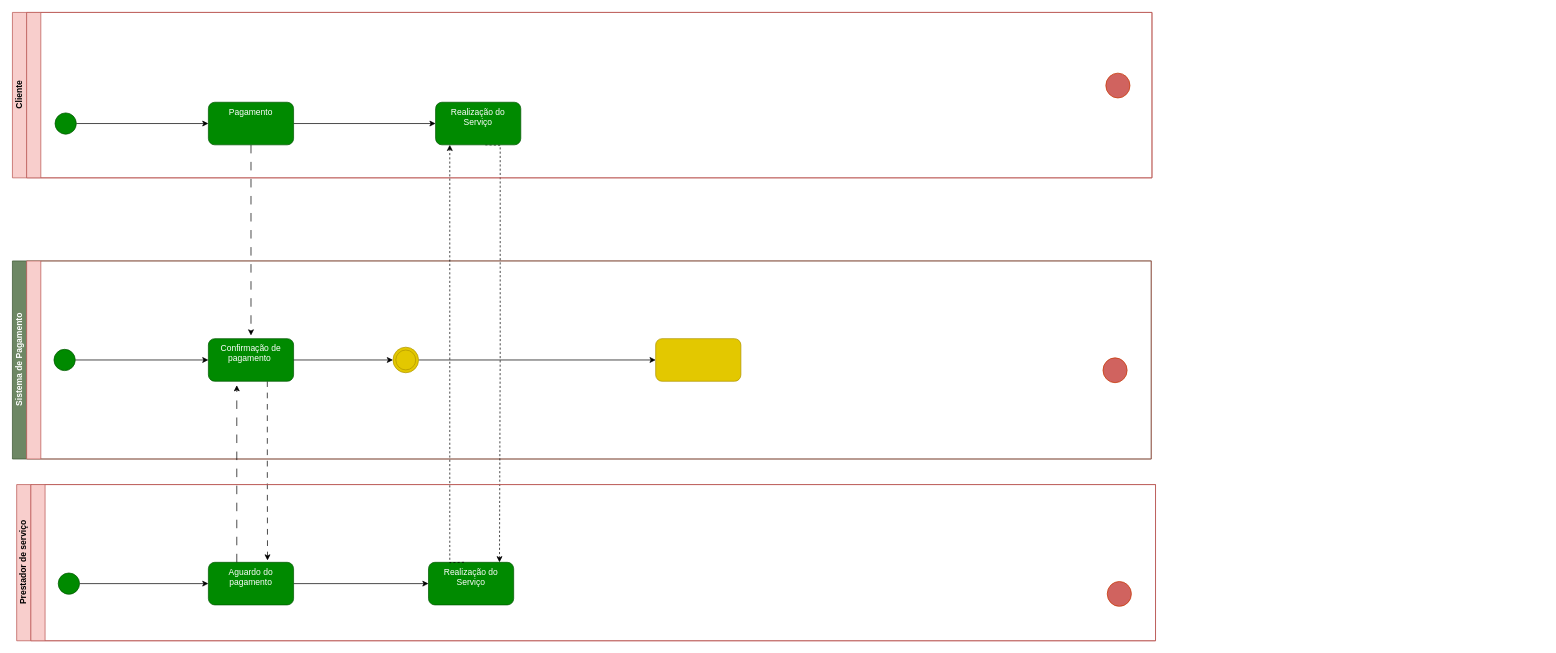
Before: Pagamento.drawio in ThePlano/Projeto-CC5511---ENGENHARIA-DE-SOFTWARE, a draw.io diagram. Source tidied: cells renumbered, new cells numbered last; positions are measured from the earlier drawing's top-left corner, leaving out a move shared by most shapes. Both pictures are drawn from the tidied source at 71%, with x=0, y=0 at pixel (12, 12).
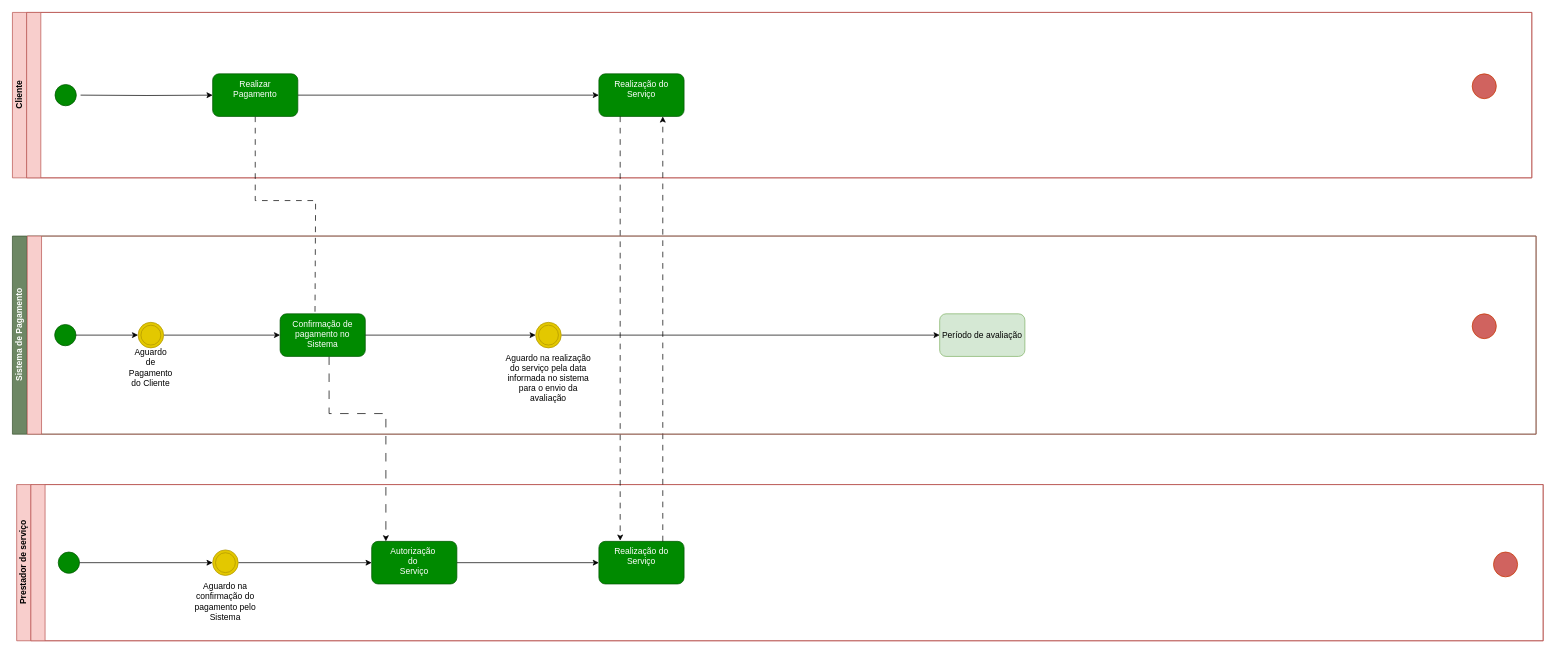
The same diagram, later.

Commit message:
pagamento att aval

Diff of the diagram source:
```diff
@@
     <mxCell id="2" value="Sistema de Pagamento" style="swimlane;html=1;horizontal=0;startSize=20;labelBackgroundColor=none;fillColor=#6d8764;strokeColor=#3A5431;fontColor=#ffffff;" parent="1" vertex="1">
-      <mxGeometry y="350" width="1604" height="279" as="geometry" />
+      <mxGeometry y="315" width="2146" height="279" as="geometry" />
     </mxCell>
-    <mxCell id="3" value="&amp;nbsp;&lt;div&gt;&lt;br&gt;&lt;/div&gt;" style="swimlane;html=1;startSize=20;horizontal=0;labelBackgroundColor=none;fillColor=#f8cecc;strokeColor=#b85450;" parent="2" vertex="1">
-      <mxGeometry x="20" width="1584" height="279" as="geometry" />
-    </mxCell>
-    <mxCell id="4" style="edgeStyle=orthogonalEdgeStyle;rounded=0;jettySize=auto;html=1;" parent="3" edge="1" source="5" target="9">
-      <mxGeometry relative="1" as="geometry" />
-    </mxCell>
-    <mxCell id="5" style="verticalLabelPosition=bottom;verticalAlign=top;html=1;shape=mxgraph.flowchart.on-page_reference;fillColor=#008a00;strokeColor=#005700;labelBackgroundColor=none;fontColor=#ffffff;" parent="3" vertex="1">
-      <mxGeometry x="38.5" y="124.5" width="30" height="30" as="geometry" />
-    </mxCell>
-    <mxCell id="6" style="edgeStyle=orthogonalEdgeStyle;rounded=0;jettySize=auto;html=1;exitX=0;exitY=0.5;exitDx=0;exitDy=0;" parent="3" edge="1" source="7">
-      <mxGeometry relative="1" as="geometry">
-        <mxPoint x="1515.7" y="154.1" as="targetPoint" />
-      </mxGeometry>
-    </mxCell>
-    <mxCell id="7" style="ellipse;whiteSpace=wrap;html=1;fillColor=#d0635f;strokeColor=#C73500;fontColor=#000000;rounded=1;labelBackgroundColor=none;" parent="3" vertex="1">
-      <mxGeometry x="1516" y="136.5" width="34" height="35" as="geometry" />
-    </mxCell>
-    <mxCell id="8" style="edgeStyle=orthogonalEdgeStyle;rounded=0;jettySize=auto;html=1;entryX=0.694;entryY=-0.044;entryDx=0;entryDy=0;entryPerimeter=0;dashed=1;dashPattern=8 8;" parent="3" edge="1" target="31">
-      <mxGeometry relative="1" as="geometry">
-        <mxPoint x="339" y="169.5" as="sourcePoint" />
-        <Array as="points">
-          <mxPoint x="339" y="296" />
-          <mxPoint x="340" y="296" />
-        </Array>
-      </mxGeometry>
-    </mxCell>
-    <mxCell id="9" value="Confirmação de pagamento&amp;nbsp;" style="rounded=1;whiteSpace=wrap;html=1;verticalAlign=top;fillColor=#008a00;strokeColor=#005700;fontColor=#ffffff;labelBackgroundColor=none;" parent="3" vertex="1">
-      <mxGeometry x="256" y="109.5" width="120" height="60" as="geometry" />
-    </mxCell>
-    <mxCell id="10" style="edgeStyle=orthogonalEdgeStyle;rounded=0;jettySize=auto;html=1;" parent="3" edge="1" source="11" target="13">
-      <mxGeometry relative="1" as="geometry" />
-    </mxCell>
-    <mxCell id="11" style="ellipse;shape=doubleEllipse;whiteSpace=wrap;html=1;fillColor=#e3c800;fontColor=#000000;strokeColor=#B09500;" parent="3" vertex="1">
-      <mxGeometry x="516" y="121.5" width="36" height="36" as="geometry" />
-    </mxCell>
-    <mxCell id="12" style="edgeStyle=orthogonalEdgeStyle;rounded=0;jettySize=auto;html=1;" parent="3" edge="1" source="9" target="11">
-      <mxGeometry relative="1" as="geometry" />
-    </mxCell>
-    <mxCell id="13" style="rounded=1;whiteSpace=wrap;html=1;fillColor=#e3c800;strokeColor=#B09500;fontColor=#000000;" parent="3" vertex="1">
-      <mxGeometry x="886" y="109.5" width="120" height="60" as="geometry" />
-    </mxCell>
-    <mxCell id="14" style="edgeStyle=orthogonalEdgeStyle;rounded=0;orthogonalLoop=1;jettySize=auto;html=1;entryX=0.75;entryY=0;entryDx=0;entryDy=0;dashed=1;" parent="3" edge="1">
-      <mxGeometry relative="1" as="geometry">
-        <mxPoint x="646" y="-163.5" as="sourcePoint" />
-        <mxPoint x="666" y="424.5" as="targetPoint" />
-      </mxGeometry>
-    </mxCell>
     <mxCell id="15" value="Cliente" style="swimlane;html=1;horizontal=0;startSize=20;labelBackgroundColor=none;fillColor=#f8cecc;strokeColor=#b85450;" parent="1" vertex="1">
-      <mxGeometry width="1605" height="233" as="geometry" />
+      <mxGeometry width="2140" height="233" as="geometry" />
     </mxCell>
     <mxCell id="16" value="&amp;nbsp;&lt;div&gt;&lt;br&gt;&lt;/div&gt;" style="swimlane;html=1;startSize=20;horizontal=0;labelBackgroundColor=none;fillColor=#f8cecc;strokeColor=#b85450;" parent="15" vertex="1">
-      <mxGeometry x="20" width="1585" height="233" as="geometry" />
+      <mxGeometry x="20" width="2120" height="233" as="geometry" />
     </mxCell>
-    <mxCell id="17" style="edgeStyle=orthogonalEdgeStyle;rounded=0;jettySize=auto;html=1;" parent="16" edge="1" source="18" target="22">
-      <mxGeometry relative="1" as="geometry" />
+    <mxCell id="17" style="edgeStyle=orthogonalEdgeStyle;rounded=0;jettySize=auto;html=1;" parent="16" edge="1" target="22">
+      <mxGeometry relative="1" as="geometry">
+        <mxPoint x="76" y="116.5" as="sourcePoint" />
+      </mxGeometry>
     </mxCell>
     <mxCell id="18" style="verticalLabelPosition=bottom;verticalAlign=top;html=1;shape=mxgraph.flowchart.on-page_reference;fillColor=#008a00;strokeColor=#005700;labelBackgroundColor=none;fontColor=#ffffff;" parent="16" vertex="1">
-      <mxGeometry x="40" y="141.5" width="30" height="30" as="geometry" />
+      <mxGeometry x="40" y="101.5" width="30" height="30" as="geometry" />
     </mxCell>
     <mxCell id="19" style="ellipse;whiteSpace=wrap;html=1;fillColor=#d0635f;strokeColor=#C73500;fontColor=#000000;rounded=1;labelBackgroundColor=none;" parent="16" vertex="1">
-      <mxGeometry x="1520" y="85.5" width="34" height="35" as="geometry" />
+      <mxGeometry x="2036" y="86.5" width="34" height="35" as="geometry" />
     </mxCell>
-    <mxCell id="20" style="edgeStyle=orthogonalEdgeStyle;rounded=0;orthogonalLoop=1;jettySize=auto;html=1;dashed=1;dashPattern=12 12;" parent="16" edge="1">
-      <mxGeometry relative="1" as="geometry">
-        <mxPoint x="316" y="186.5" as="sourcePoint" />
-        <mxPoint x="316" y="455" as="targetPoint" />
-      </mxGeometry>
-    </mxCell>
@@
+    <mxCell id="35" style="edgeStyle=orthogonalEdgeStyle;rounded=0;jettySize=auto;html=1;dashed=1;dashPattern=8 8;" parent="16" edge="1" source="22">
+      <mxGeometry relative="1" as="geometry">
+        <mxPoint x="406" y="455" as="targetPoint" />
+        <Array as="points">
+          <mxPoint x="322" y="265" />
+          <mxPoint x="407" y="265" />
+          <mxPoint x="407" y="455" />
+        </Array>
+      </mxGeometry>
+    </mxCell>
-    <mxCell id="22" value="Pagamento" style="rounded=1;whiteSpace=wrap;html=1;verticalAlign=top;fillColor=#008a00;strokeColor=#005700;fontColor=#ffffff;labelBackgroundColor=none;" parent="16" vertex="1">
-      <mxGeometry x="256" y="126.5" width="120" height="60" as="geometry" />
+    <mxCell id="22" value="&lt;div&gt;Realizar&lt;/div&gt;Pagamento" style="rounded=1;whiteSpace=wrap;html=1;verticalAlign=top;fillColor=#008a00;strokeColor=#005700;fontColor=#ffffff;labelBackgroundColor=none;" parent="16" vertex="1">
+      <mxGeometry x="262" y="86.5" width="120" height="60" as="geometry" />
     </mxCell>
     <mxCell id="23" value="Realização do Serviço" style="rounded=1;whiteSpace=wrap;html=1;verticalAlign=top;fillColor=#008a00;strokeColor=#005700;fontColor=#ffffff;labelBackgroundColor=none;" parent="16" vertex="1">
-      <mxGeometry x="576" y="126.5" width="120" height="60" as="geometry" />
+      <mxGeometry x="806" y="86.5" width="120" height="60" as="geometry" />
     </mxCell>
     <mxCell id="24" value="Prestador de serviço" style="swimlane;html=1;horizontal=0;startSize=20;labelBackgroundColor=none;fillColor=#f8cecc;strokeColor=#b85450;" parent="1" vertex="1">
-      <mxGeometry x="6" y="665" width="1604" height="220" as="geometry" />
+      <mxGeometry x="6" y="665" width="2150" height="220" as="geometry" />
     </mxCell>
     <mxCell id="25" value="&amp;nbsp;&lt;div&gt;&lt;br&gt;&lt;/div&gt;" style="swimlane;html=1;startSize=20;horizontal=0;labelBackgroundColor=none;fillColor=#f8cecc;strokeColor=#b85450;" parent="24" vertex="1">
-      <mxGeometry x="20" width="1584" height="220" as="geometry" />
+      <mxGeometry x="20" width="2130" height="220" as="geometry" />
     </mxCell>
-    <mxCell id="26" style="edgeStyle=orthogonalEdgeStyle;rounded=0;jettySize=auto;html=1;" parent="25" edge="1" source="27" target="31">
+    <mxCell id="26" style="edgeStyle=orthogonalEdgeStyle;rounded=0;jettySize=auto;html=1;" parent="25" edge="1" source="37" target="31">
       <mxGeometry relative="1" as="geometry" />
     </mxCell>
     <mxCell id="27" style="verticalLabelPosition=bottom;verticalAlign=top;html=1;shape=mxgraph.flowchart.on-page_reference;fillColor=#008a00;strokeColor=#005700;labelBackgroundColor=none;fontColor=#ffffff;" parent="25" vertex="1">
-      <mxGeometry x="38.5" y="124.5" width="30" height="30" as="geometry" />
+      <mxGeometry x="38.5" y="95" width="30" height="30" as="geometry" />
     </mxCell>
-    <mxCell id="28" style="edgeStyle=orthogonalEdgeStyle;rounded=0;jettySize=auto;html=1;exitX=0;exitY=0.5;exitDx=0;exitDy=0;" parent="25" edge="1" source="29">
-      <mxGeometry relative="1" as="geometry">
-        <mxPoint x="1515.7" y="154.1" as="targetPoint" />
-      </mxGeometry>
-    </mxCell>
     <mxCell id="29" style="ellipse;whiteSpace=wrap;html=1;fillColor=#d0635f;strokeColor=#C73500;fontColor=#000000;rounded=1;labelBackgroundColor=none;" parent="25" vertex="1">
-      <mxGeometry x="1516" y="136.5" width="34" height="35" as="geometry" />
+      <mxGeometry x="2060" y="95" width="34" height="35" as="geometry" />
     </mxCell>
@@
-    <mxCell id="31" value="Aguardo do pagamento" style="rounded=1;whiteSpace=wrap;html=1;verticalAlign=top;fillColor=#008a00;strokeColor=#005700;fontColor=#ffffff;labelBackgroundColor=none;" parent="25" vertex="1">
-      <mxGeometry x="250" y="109.5" width="120" height="60" as="geometry" />
+    <mxCell id="31" value="Autorização&amp;nbsp;&lt;div&gt;do&amp;nbsp;&lt;/div&gt;&lt;div&gt;Serviço&lt;/div&gt;" style="rounded=1;whiteSpace=wrap;html=1;verticalAlign=top;fillColor=#008a00;strokeColor=#005700;fontColor=#ffffff;labelBackgroundColor=none;" parent="25" vertex="1">
+      <mxGeometry x="480" y="80" width="120" height="60" as="geometry" />
     </mxCell>
-    <mxCell id="32" style="edgeStyle=orthogonalEdgeStyle;rounded=0;orthogonalLoop=1;jettySize=auto;html=1;dashed=1;dashPattern=12 12;" parent="25" edge="1">
-      <mxGeometry relative="1" as="geometry">
-        <mxPoint x="290" y="109.5" as="sourcePoint" />
-        <mxPoint x="290" y="-140" as="targetPoint" />
-      </mxGeometry>
-    </mxCell>
     <mxCell id="33" value="Realização do Serviço" style="whiteSpace=wrap;html=1;verticalAlign=top;fillColor=#008a00;strokeColor=#005700;fontColor=#ffffff;rounded=1;labelBackgroundColor=none;" parent="25" vertex="1">
-      <mxGeometry x="560" y="109.5" width="120" height="60" as="geometry" />
+      <mxGeometry x="800" y="80" width="120" height="60" as="geometry" />
     </mxCell>
-    <mxCell id="34" style="edgeStyle=orthogonalEdgeStyle;rounded=0;orthogonalLoop=1;jettySize=auto;html=1;entryX=0.25;entryY=1;entryDx=0;entryDy=0;dashed=1;" parent="25" edge="1">
-      <mxGeometry relative="1" as="geometry">
-        <mxPoint x="610" y="109.5" as="sourcePoint" />
-        <mxPoint x="590" y="-478.5" as="targetPoint" />
-      </mxGeometry>
-    </mxCell>
+    <mxCell id="36" style="edgeStyle=orthogonalEdgeStyle;rounded=0;jettySize=auto;html=1;" parent="25" edge="1" source="27" target="37">
+      <mxGeometry relative="1" as="geometry" />
+    </mxCell>
+    <mxCell id="37" style="ellipse;shape=doubleEllipse;whiteSpace=wrap;html=1;fillColor=#e3c800;fontColor=#000000;strokeColor=#B09500;" parent="25" vertex="1">
+      <mxGeometry x="256" y="92" width="36" height="36" as="geometry" />
+    </mxCell>
+    <mxCell id="38" value="Aguardo na confirmação do pagamento pelo Sistema" style="text;html=1;align=center;verticalAlign=middle;whiteSpace=wrap;rounded=0;" parent="25" vertex="1">
+      <mxGeometry x="216" y="150" width="116" height="30" as="geometry" />
+    </mxCell>
+    <mxCell id="39" style="edgeStyle=orthogonalEdgeStyle;rounded=0;jettySize=auto;html=1;dashed=1;dashPattern=12 12;" parent="1" edge="1" source="9" target="31">
+      <mxGeometry relative="1" as="geometry">
+        <Array as="points">
+          <mxPoint x="446" y="565" />
+          <mxPoint x="526" y="565" />
+        </Array>
+      </mxGeometry>
+    </mxCell>
+    <mxCell id="40" style="edgeStyle=orthogonalEdgeStyle;rounded=0;jettySize=auto;html=1;dashed=1;dashPattern=8 8;" parent="1" edge="1" source="23">
+      <mxGeometry relative="1" as="geometry">
+        <mxPoint x="856" y="744" as="targetPoint" />
+        <Array as="points">
+          <mxPoint x="856" y="744" />
+        </Array>
+      </mxGeometry>
+    </mxCell>
+    <mxCell id="41" style="edgeStyle=orthogonalEdgeStyle;rounded=0;jettySize=auto;html=1;entryX=0.75;entryY=1;entryDx=0;entryDy=0;dashed=1;dashPattern=8 8;" parent="1" edge="1" source="33" target="23">
+      <mxGeometry relative="1" as="geometry">
+        <Array as="points">
+          <mxPoint x="916" y="665" />
+          <mxPoint x="916" y="665" />
+        </Array>
+      </mxGeometry>
+    </mxCell>
+    <mxCell id="3" value="&amp;nbsp;&lt;div&gt;&lt;br&gt;&lt;/div&gt;" style="swimlane;html=1;startSize=20;horizontal=0;labelBackgroundColor=none;fillColor=#f8cecc;strokeColor=#b85450;" parent="1" vertex="1">
+      <mxGeometry x="21" y="315" width="2125" height="279" as="geometry" />
+    </mxCell>
+    <mxCell id="4" style="edgeStyle=orthogonalEdgeStyle;rounded=0;jettySize=auto;html=1;" parent="3" edge="1" source="43" target="9">
+      <mxGeometry relative="1" as="geometry" />
+    </mxCell>
+    <mxCell id="5" style="verticalLabelPosition=bottom;verticalAlign=top;html=1;shape=mxgraph.flowchart.on-page_reference;fillColor=#008a00;strokeColor=#005700;labelBackgroundColor=none;fontColor=#ffffff;" parent="3" vertex="1">
+      <mxGeometry x="38.5" y="124.5" width="30" height="30" as="geometry" />
+    </mxCell>
+    <mxCell id="7" style="ellipse;whiteSpace=wrap;html=1;fillColor=#d0635f;strokeColor=#C73500;fontColor=#000000;rounded=1;labelBackgroundColor=none;" parent="3" vertex="1">
+      <mxGeometry x="2035" y="109.5" width="34" height="35" as="geometry" />
+    </mxCell>
+    <mxCell id="9" value="Confirmação de pagamento no&lt;div&gt;Sistema&lt;/div&gt;" style="rounded=1;whiteSpace=wrap;html=1;verticalAlign=top;fillColor=#008a00;strokeColor=#005700;fontColor=#ffffff;labelBackgroundColor=none;" parent="3" vertex="1">
+      <mxGeometry x="356" y="109.5" width="120" height="60" as="geometry" />
+    </mxCell>
+    <mxCell id="10" style="edgeStyle=orthogonalEdgeStyle;rounded=0;jettySize=auto;html=1;" parent="3" edge="1" source="11" target="13">
+      <mxGeometry relative="1" as="geometry" />
+    </mxCell>
+    <mxCell id="11" style="ellipse;shape=doubleEllipse;whiteSpace=wrap;html=1;fillColor=#e3c800;fontColor=#000000;strokeColor=#B09500;" parent="3" vertex="1">
+      <mxGeometry x="716" y="121.5" width="36" height="36" as="geometry" />
+    </mxCell>
+    <mxCell id="12" style="edgeStyle=orthogonalEdgeStyle;rounded=0;jettySize=auto;html=1;" parent="3" edge="1" source="9" target="11">
+      <mxGeometry relative="1" as="geometry" />
+    </mxCell>
+    <mxCell id="13" value="Período de avaliação" style="rounded=1;whiteSpace=wrap;html=1;fillColor=#d5e8d4;strokeColor=#82b366;" parent="3" vertex="1">
+      <mxGeometry x="1285" y="109.5" width="120" height="60" as="geometry" />
+    </mxCell>
+    <mxCell id="42" style="edgeStyle=orthogonalEdgeStyle;rounded=0;jettySize=auto;html=1;" parent="3" edge="1" source="5" target="43">
+      <mxGeometry relative="1" as="geometry" />
+    </mxCell>
+    <mxCell id="43" style="ellipse;shape=doubleEllipse;whiteSpace=wrap;html=1;fillColor=#e3c800;fontColor=#000000;strokeColor=#B09500;" parent="3" vertex="1">
+      <mxGeometry x="156" y="121.5" width="36" height="36" as="geometry" />
+    </mxCell>
+    <mxCell id="44" value="Aguardo de Pagamento do Cliente" style="text;html=1;align=center;verticalAlign=middle;whiteSpace=wrap;rounded=0;" parent="3" vertex="1">
+      <mxGeometry x="144" y="169.5" width="60" height="30" as="geometry" />
+    </mxCell>
+    <mxCell id="45" value="Aguardo na realização do serviço pela data informada no sistema para o envio da avaliação" style="text;html=1;align=center;verticalAlign=middle;whiteSpace=wrap;rounded=0;" parent="3" vertex="1">
+      <mxGeometry x="672" y="185" width="124" height="30" as="geometry" />
+    </mxCell>
```
